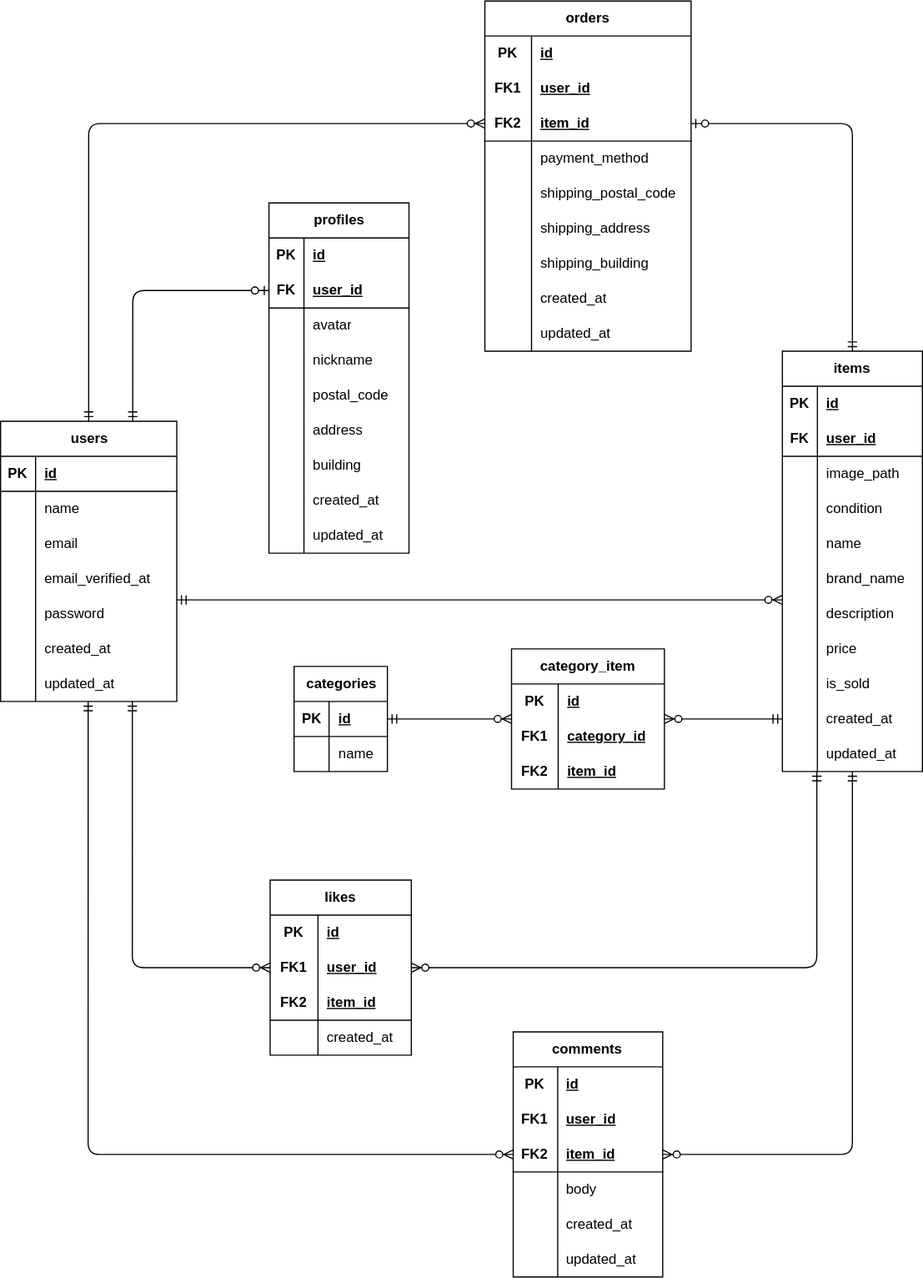
Before: database-design.drawio.svg, a diagram exported from draw.io (sangwon-lee302/flea-market). Source tidied: cells renumbered, new cells last; positions are measured from the earlier drawing's top-left corner, leaving out a move shared by most shapes.
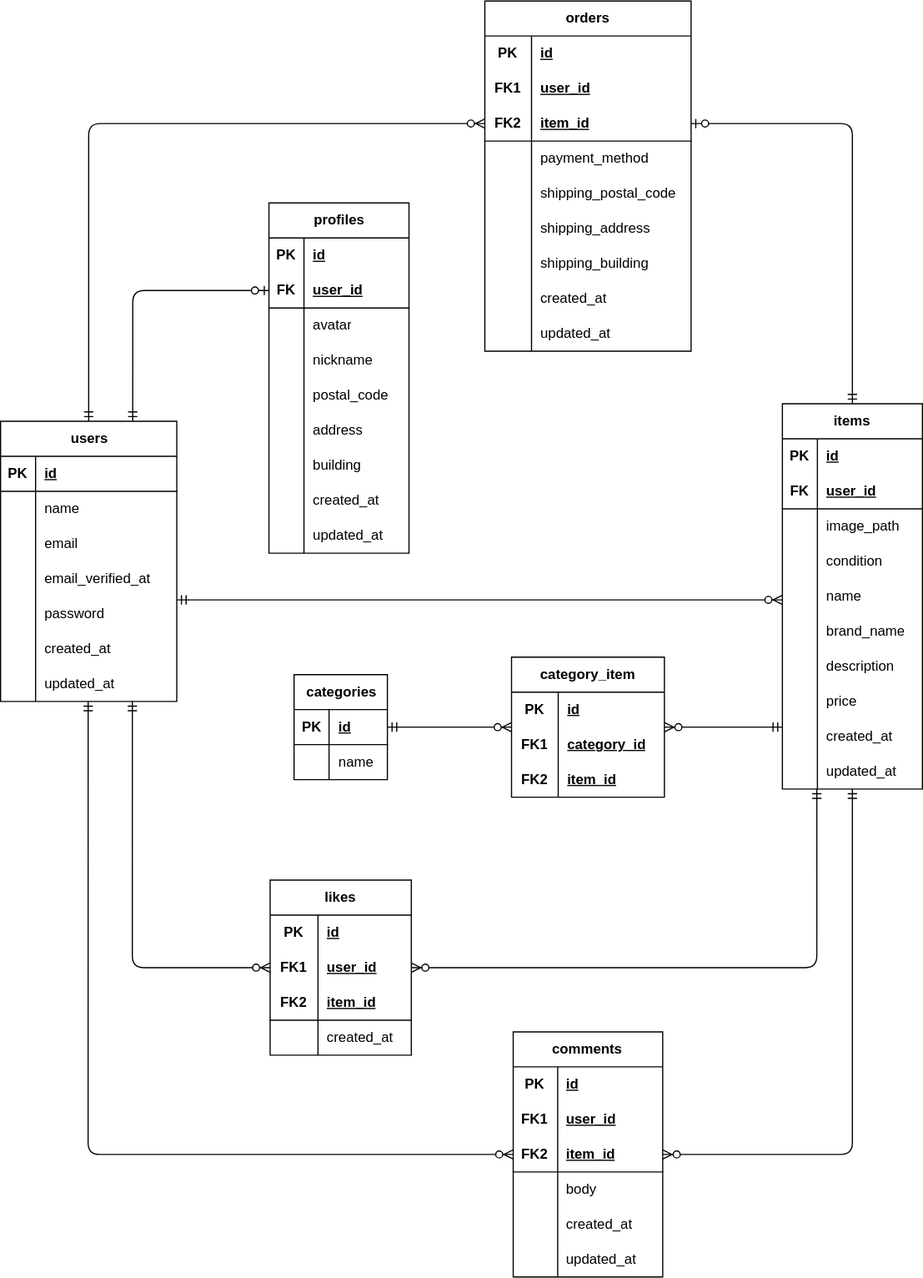
Later version of the same file.

The edit, as a diff of the source:
```diff
@@ -69,7 +69,7 @@
       <mxGeometry x="30" width="121" height="30" as="geometry" />
     </mxCell>
     <mxCell id="24" value="categories" style="shape=table;startSize=30;rowLines=0;fontStyle=1;align=center;html=1;" parent="1" vertex="1">
-      <mxGeometry x="251.5" y="570" width="80" height="90" as="geometry" />
+      <mxGeometry x="251.5" y="577" width="80" height="90" as="geometry" />
     </mxCell>
     <mxCell id="25" style="shape=tableRow;horizontal=0;startSize=0;swimlaneHead=0;swimlaneBody=0;fillColor=none;points=[[0,0.5],[1,0.5]];portConstraint=eastwest;top=0;left=0;right=0;bottom=1;" parent="24" vertex="1">
       <mxGeometry y="30" width="80" height="30" as="geometry" />
@@ -90,7 +90,7 @@
       <mxGeometry x="30" width="50" height="30" as="geometry" />
     </mxCell>
     <mxCell id="31" value="items" style="shape=table;startSize=30;rowLines=0;fontStyle=1;align=center;html=1;whiteSpace=wrap;" parent="1" vertex="1">
-      <mxGeometry x="670" y="300" width="120" height="360" as="geometry" />
+      <mxGeometry x="670" y="345" width="120" height="330" as="geometry" />
     </mxCell>
     <mxCell id="32" style="shape=tableRow;horizontal=0;startSize=0;swimlaneHead=0;swimlaneBody=0;fillColor=none;top=0;left=0;right=0;bottom=0;html=1;" parent="31" vertex="1">
       <mxGeometry y="30" width="120" height="30" as="geometry" />
@@ -164,17 +164,8 @@
     <mxCell id="55" value="price" style="shape=partialRectangle;fillColor=none;top=0;left=0;bottom=0;right=0;align=left;spacingLeft=6;overflow=hidden;html=1;whiteSpace=wrap;" parent="53" vertex="1">
       <mxGeometry x="30" width="90" height="30" as="geometry" />
     </mxCell>
-    <mxCell id="56" style="shape=tableRow;horizontal=0;startSize=0;swimlaneHead=0;swimlaneBody=0;fillColor=none;top=0;left=0;right=0;bottom=0;html=1;" parent="31" vertex="1">
-      <mxGeometry y="270" width="120" height="30" as="geometry" />
-    </mxCell>
-    <mxCell id="57" style="shape=partialRectangle;fillColor=none;top=0;left=0;bottom=0;right=0;overflow=hidden;html=1;whiteSpace=wrap;" parent="56" vertex="1">
-      <mxGeometry width="30" height="30" as="geometry" />
-    </mxCell>
-    <mxCell id="58" value="is_sold" style="shape=partialRectangle;fillColor=none;top=0;left=0;bottom=0;right=0;align=left;spacingLeft=6;overflow=hidden;html=1;whiteSpace=wrap;" parent="56" vertex="1">
-      <mxGeometry x="30" width="90" height="30" as="geometry" />
-    </mxCell>
     <mxCell id="59" style="shape=tableRow;horizontal=0;startSize=0;swimlaneHead=0;swimlaneBody=0;fillColor=none;points=[[0,0.5],[1,0.5]];portConstraint=eastwest;top=0;left=0;right=0;bottom=0;html=1;" parent="31" vertex="1">
-      <mxGeometry y="300" width="120" height="30" as="geometry" />
+      <mxGeometry y="270" width="120" height="30" as="geometry" />
     </mxCell>
     <mxCell id="60" style="shape=partialRectangle;fillColor=none;top=0;left=0;bottom=0;right=0;overflow=hidden;html=1;whiteSpace=wrap;" parent="59" vertex="1">
       <mxGeometry width="30" height="30" as="geometry" />
@@ -183,7 +174,7 @@
       <mxGeometry x="30" width="90" height="30" as="geometry" />
     </mxCell>
     <mxCell id="62" style="shape=tableRow;horizontal=0;startSize=0;swimlaneHead=0;swimlaneBody=0;fillColor=none;points=[[0,0.5],[1,0.5]];portConstraint=eastwest;top=0;left=0;right=0;bottom=0;html=1;" parent="31" vertex="1">
-      <mxGeometry y="330" width="120" height="30" as="geometry" />
+      <mxGeometry y="300" width="120" height="30" as="geometry" />
     </mxCell>
     <mxCell id="63" style="shape=partialRectangle;fillColor=none;top=0;left=0;bottom=0;right=0;overflow=hidden;html=1;whiteSpace=wrap;" parent="62" vertex="1">
       <mxGeometry width="30" height="30" as="geometry" />
@@ -192,7 +183,7 @@
       <mxGeometry x="30" width="90" height="30" as="geometry" />
     </mxCell>
     <mxCell id="65" value="category_item" style="shape=table;startSize=30;rowLines=0;fontStyle=1;align=center;html=1;whiteSpace=wrap;" parent="1" vertex="1">
-      <mxGeometry x="437.9" y="555" width="131" height="120" as="geometry" />
+      <mxGeometry x="437.9" y="562" width="131" height="120" as="geometry" />
     </mxCell>
     <mxCell id="66" style="shape=tableRow;horizontal=0;startSize=0;swimlaneHead=0;swimlaneBody=0;fillColor=none;points=[[0,0.5],[1,0.5]];portConstraint=eastwest;top=0;left=0;right=0;bottom=0;html=1;" parent="65" vertex="1">
       <mxGeometry y="30" width="131" height="30" as="geometry" />
@@ -506,7 +497,7 @@
     <mxCell id="169" style="edgeStyle=orthogonalEdgeStyle;fontSize=12;html=1;endArrow=ERzeroToOne;startArrow=ERmandOne;exitX=0.75;exitY=0;exitDx=0;exitDy=0;entryX=0;entryY=0.5;entryDx=0;entryDy=0;" parent="1" edge="1" source="2" target="145">
       <mxGeometry relative="1" as="geometry" />
     </mxCell>
-    <mxCell id="170" style="fontSize=12;html=1;endArrow=ERzeroToMany;startArrow=ERmandOne;exitX=0;exitY=0.5;exitDx=0;exitDy=0;entryX=1;entryY=1;entryDx=0;entryDy=0;entryPerimeter=0;" parent="1" edge="1" source="59" target="66">
+    <mxCell id="170" style="fontSize=12;html=1;endArrow=ERzeroToMany;startArrow=ERmandOne;exitX=0;exitY=0.233;exitDx=0;exitDy=0;entryX=1;entryY=1;entryDx=0;entryDy=0;entryPerimeter=0;exitPerimeter=0;" parent="1" edge="1" source="59" target="66">
       <mxGeometry relative="1" as="geometry" />
     </mxCell>
     <mxCell id="171" style="edgeStyle=entityRelationEdgeStyle;fontSize=12;html=1;endArrow=ERzeroToMany;startArrow=ERmandOne;exitX=1;exitY=0.5;exitDx=0;exitDy=0;entryX=0;entryY=0.5;entryDx=0;entryDy=0;" parent="1" edge="1">
```
